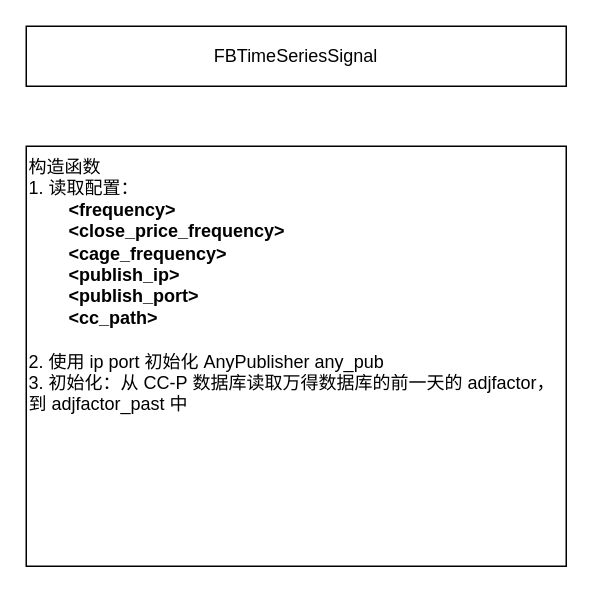
This is 股票时序.drawio from zhaxd123/drawio, a draw.io file, before an edit. Source tidied: cells renumbered, new cells numbered last; positions are measured from the earlier drawing's top-left corner, leaving out a move shared by most shapes. Both pictures are drawn from the tidied source at 150%, with x=0, y=0 at pixel (26, 26).
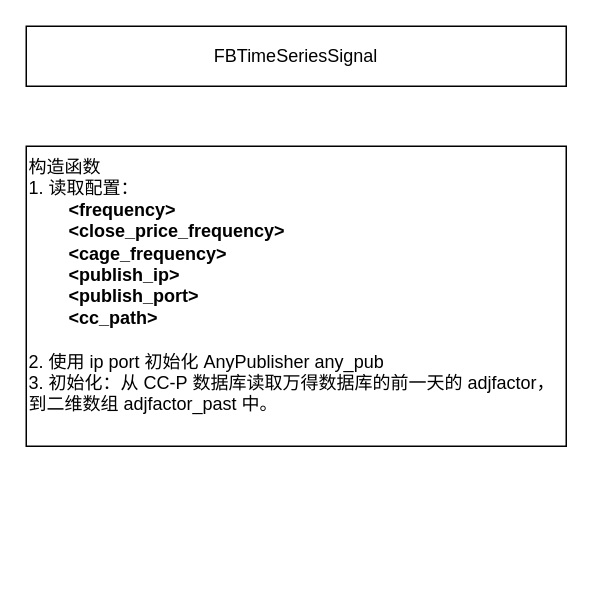
The same diagram, later.

Commit message (it also covers changes not shown here):
更新股票时序.drawio

Diff of the diagram source:
```diff
@@
 <mxGraphModel>
   <root>
     <mxCell id="0" />
     <mxCell id="1" parent="0" />
     <mxCell id="2" value="FBTimeSeriesSignal" style="rounded=0;whiteSpace=wrap;html=1;" parent="1" vertex="1">
       <mxGeometry width="360" height="40" as="geometry" />
     </mxCell>
-    <mxCell id="3" value="构造函数&lt;div&gt;1.&amp;nbsp;读取配置：&lt;/div&gt;&lt;div&gt;&lt;b&gt;&lt;span style=&quot;white-space: pre;&quot;&gt;&#9;&lt;/span&gt;&amp;lt;frequency&amp;gt;&amp;nbsp;&lt;/b&gt;&lt;/div&gt;&lt;div&gt;&lt;b&gt;&lt;span style=&quot;white-space: pre;&quot;&gt;&#9;&lt;/span&gt;&amp;lt;close_price_frequency&amp;gt;&amp;nbsp;&lt;/b&gt;&lt;/div&gt;&lt;div&gt;&lt;b&gt;&lt;span style=&quot;white-space: pre;&quot;&gt;&#9;&lt;/span&gt;&amp;lt;cage_frequency&amp;gt;&lt;br&gt;&lt;/b&gt;&lt;/div&gt;&lt;div&gt;&lt;b&gt;&lt;span style=&quot;white-space: pre;&quot;&gt;&#9;&lt;/span&gt;&amp;lt;publish_ip&amp;gt;&lt;br&gt;&lt;/b&gt;&lt;/div&gt;&lt;div&gt;&lt;b&gt;&lt;span style=&quot;white-space: pre;&quot;&gt;&#9;&lt;/span&gt;&amp;lt;publish_port&amp;gt;&lt;/b&gt;&lt;/div&gt;&lt;div&gt;&lt;b&gt;&lt;span style=&quot;white-space: pre;&quot;&gt;&#9;&lt;/span&gt;&amp;lt;cc_path&amp;gt;&lt;/b&gt;&lt;br&gt;&lt;/div&gt;&lt;div&gt;&lt;br&gt;&lt;/div&gt;&lt;div&gt;2.&amp;nbsp;使用&amp;nbsp;ip&amp;nbsp;port&amp;nbsp;初始化 AnyPublisher any_pub&lt;/div&gt;&lt;div&gt;3.&amp;nbsp;初始化：从 CC-P&amp;nbsp;数据库读取万得数据库的前一天的 adjfactor，到&amp;nbsp;adjfactor_past&amp;nbsp;中&lt;/div&gt;&lt;div&gt;&lt;br&gt;&lt;/div&gt;&lt;div&gt;&lt;br&gt;&lt;/div&gt;" style="rounded=0;whiteSpace=wrap;html=1;align=left;verticalAlign=top;" parent="1" vertex="1">
-      <mxGeometry y="80" width="360" height="280" as="geometry" />
+    <mxCell id="3" value="构造函数&lt;div&gt;1.&amp;nbsp;读取配置：&lt;/div&gt;&lt;div&gt;&lt;b&gt;&lt;span style=&quot;white-space: pre;&quot;&gt;&#9;&lt;/span&gt;&amp;lt;frequency&amp;gt;&amp;nbsp;&lt;/b&gt;&lt;/div&gt;&lt;div&gt;&lt;b&gt;&lt;span style=&quot;white-space: pre;&quot;&gt;&#9;&lt;/span&gt;&amp;lt;close_price_frequency&amp;gt;&amp;nbsp;&lt;/b&gt;&lt;/div&gt;&lt;div&gt;&lt;b&gt;&lt;span style=&quot;white-space: pre;&quot;&gt;&#9;&lt;/span&gt;&amp;lt;cage_frequency&amp;gt;&lt;br&gt;&lt;/b&gt;&lt;/div&gt;&lt;div&gt;&lt;b&gt;&lt;span style=&quot;white-space: pre;&quot;&gt;&#9;&lt;/span&gt;&amp;lt;publish_ip&amp;gt;&lt;br&gt;&lt;/b&gt;&lt;/div&gt;&lt;div&gt;&lt;b&gt;&lt;span style=&quot;white-space: pre;&quot;&gt;&#9;&lt;/span&gt;&amp;lt;publish_port&amp;gt;&lt;/b&gt;&lt;/div&gt;&lt;div&gt;&lt;b&gt;&lt;span style=&quot;white-space: pre;&quot;&gt;&#9;&lt;/span&gt;&amp;lt;cc_path&amp;gt;&lt;/b&gt;&lt;br&gt;&lt;/div&gt;&lt;div&gt;&lt;br&gt;&lt;/div&gt;&lt;div&gt;2.&amp;nbsp;使用&amp;nbsp;ip&amp;nbsp;port&amp;nbsp;初始化 AnyPublisher any_pub&lt;/div&gt;&lt;div&gt;3.&amp;nbsp;初始化：从 CC-P&amp;nbsp;数据库读取万得数据库的前一天的 adjfactor，到二维数组 adjfactor_past&amp;nbsp;中。&lt;/div&gt;&lt;div&gt;&lt;br&gt;&lt;/div&gt;&lt;div&gt;&lt;br&gt;&lt;/div&gt;" style="rounded=0;whiteSpace=wrap;html=1;align=left;verticalAlign=top;" parent="1" vertex="1">
+      <mxGeometry y="80" width="360" height="200" as="geometry" />
     </mxCell>
   </root>
 </mxGraphModel>
```
